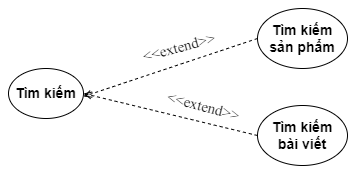
This is SODO/Usecase/tìm kiếm.png from khuevotan/TaiCamRanh_DATN, a draw.io export, as it was before one commit. Source tidied: cells renumbered, new cells last; positions are measured from the earlier drawing's top-left corner, leaving out a move shared by most shapes. Source of this version:
```xml
<mxGraphModel>
  <root>
    <mxCell id="0" />
    <mxCell id="1" parent="0" />
    <mxCell id="2" value="&lt;b&gt;Tìm kiếm &lt;br style=&quot;font-size: 14px;&quot;&gt;sản phẩm&lt;/b&gt;" style="ellipse;whiteSpace=wrap;html=1;fontSize=14;" parent="1" vertex="1">
      <mxGeometry x="249" width="90" height="60" as="geometry" />
    </mxCell>
    <mxCell id="3" value="&lt;b&gt;Tìm kiếm &lt;br style=&quot;font-size: 14px;&quot;&gt;bài viết&lt;/b&gt;" style="ellipse;whiteSpace=wrap;html=1;fontSize=14;" parent="1" vertex="1">
      <mxGeometry x="249" y="97" width="90" height="60" as="geometry" />
    </mxCell>
    <mxCell id="4" value="&lt;b&gt;Tìm kiếm&lt;/b&gt;" style="ellipse;whiteSpace=wrap;html=1;fontSize=14;" parent="1" vertex="1">
      <mxGeometry y="60" width="75" height="50" as="geometry" />
    </mxCell>
    <mxCell id="5" style="edgeStyle=none;html=1;endArrow=open;verticalAlign=bottom;dashed=1;labelBackgroundColor=none;rounded=0;fontSize=15;entryX=1;entryY=0.5;entryDx=0;entryDy=0;exitX=0;exitY=0.5;exitDx=0;exitDy=0;" parent="1" edge="1" source="2">
      <mxGeometry relative="1" as="geometry">
        <mxPoint x="75" y="88" as="targetPoint" />
      </mxGeometry>
    </mxCell>
    <mxCell id="6" style="edgeStyle=none;html=1;endArrow=open;verticalAlign=bottom;dashed=1;labelBackgroundColor=none;rounded=0;fontSize=15;entryX=1;entryY=0.5;entryDx=0;entryDy=0;exitX=0;exitY=0.5;exitDx=0;exitDy=0;" parent="1" edge="1" source="3" target="4">
      <mxGeometry relative="1" as="geometry" />
    </mxCell>
    <mxCell id="7" value="&lt;span style=&quot;color: rgb(0, 0, 0); font-family: &amp;quot;Times New Roman&amp;quot;; font-size: 15px; font-style: normal; font-variant-ligatures: normal; font-variant-caps: normal; font-weight: 400; letter-spacing: normal; orphans: 2; text-align: center; text-indent: 0px; text-transform: none; widows: 2; word-spacing: 0px; -webkit-text-stroke-width: 0px; background-color: rgb(255, 255, 255); text-decoration-thickness: initial; text-decoration-style: initial; text-decoration-color: initial; float: none; display: inline !important;&quot;&gt;&amp;lt;&amp;lt;extend&amp;gt;&amp;gt;&lt;/span&gt;" style="text;whiteSpace=wrap;html=1;rotation=15;fontSize=15;" parent="1" vertex="1">
      <mxGeometry x="157" y="80" width="61" height="30" as="geometry" />
    </mxCell>
    <mxCell id="8" value="&lt;span style=&quot;color: rgb(0, 0, 0); font-family: &amp;quot;Times New Roman&amp;quot;; font-size: 15px; font-style: normal; font-variant-ligatures: normal; font-variant-caps: normal; font-weight: 400; letter-spacing: normal; orphans: 2; text-align: center; text-indent: 0px; text-transform: none; widows: 2; word-spacing: 0px; -webkit-text-stroke-width: 0px; background-color: rgb(255, 255, 255); text-decoration-thickness: initial; text-decoration-style: initial; text-decoration-color: initial; float: none; display: inline !important;&quot;&gt;&amp;lt;&amp;lt;extend&amp;gt;&amp;gt;&lt;/span&gt;" style="text;whiteSpace=wrap;html=1;rotation=-15;" parent="1" vertex="1">
      <mxGeometry x="133" y="20" width="102" height="40" as="geometry" />
    </mxCell>
  </root>
</mxGraphModel>
```
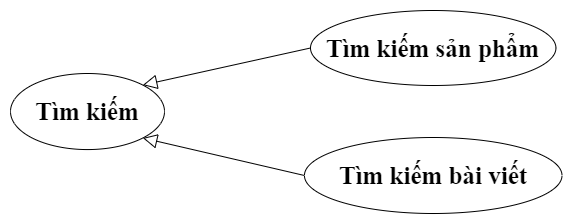
After the commit.

Change to the diagram source:
```diff
@@ -2,28 +2,20 @@
   <root>
     <mxCell id="0" />
     <mxCell id="1" parent="0" />
+    <mxCell id="9" style="edgeStyle=none;html=1;endArrow=block;endFill=0;endSize=12;verticalAlign=bottom;rounded=0;fontStyle=1;fontSize=15;entryX=1;entryY=0;entryDx=0;entryDy=0;exitX=0;exitY=0.5;exitDx=0;exitDy=0;" parent="1" edge="1" source="2" target="4">
+      <mxGeometry relative="1" as="geometry" />
+    </mxCell>
+    <mxCell id="6" style="edgeStyle=none;html=1;endArrow=block;endFill=0;endSize=12;verticalAlign=bottom;rounded=0;fontStyle=1;fontSize=15;exitX=0;exitY=0.5;exitDx=0;exitDy=0;entryX=1;entryY=1;entryDx=0;entryDy=0;" parent="1" edge="1" source="3" target="4">
+      <mxGeometry relative="1" as="geometry" />
+    </mxCell>
-    <mxCell id="2" value="&lt;b&gt;Tìm kiếm &lt;br style=&quot;font-size: 14px;&quot;&gt;sản phẩm&lt;/b&gt;" style="ellipse;whiteSpace=wrap;html=1;fontSize=14;" parent="1" vertex="1">
-      <mxGeometry x="249" width="90" height="60" as="geometry" />
+    <mxCell id="2" value="&lt;b&gt;Tìm kiếm sản phẩm&lt;/b&gt;" style="ellipse;whiteSpace=wrap;html=1;fontSize=25;fontFamily=Times New Roman;" parent="1" vertex="1">
+      <mxGeometry x="193" y="-401" width="245.4" height="75" as="geometry" />
     </mxCell>
+    <mxCell id="4" value="Tìm kiếm" style="ellipse;whiteSpace=wrap;html=1;fontSize=25;fontFamily=Times New Roman;fontStyle=1;" parent="1" vertex="1">
+      <mxGeometry x="-107" y="-338" width="154" height="76.1" as="geometry" />
+    </mxCell>
-    <mxCell id="3" value="&lt;b&gt;Tìm kiếm &lt;br style=&quot;font-size: 14px;&quot;&gt;bài viết&lt;/b&gt;" style="ellipse;whiteSpace=wrap;html=1;fontSize=14;" parent="1" vertex="1">
-      <mxGeometry x="249" y="97" width="90" height="60" as="geometry" />
+    <mxCell id="3" value="&lt;b&gt;Tìm kiếm bài viết&lt;/b&gt;" style="ellipse;whiteSpace=wrap;html=1;fontSize=25;fontFamily=Times New Roman;" parent="1" vertex="1">
+      <mxGeometry x="186.9" y="-274" width="257.6" height="76" as="geometry" />
     </mxCell>
-    <mxCell id="4" value="&lt;b&gt;Tìm kiếm&lt;/b&gt;" style="ellipse;whiteSpace=wrap;html=1;fontSize=14;" parent="1" vertex="1">
-      <mxGeometry y="60" width="75" height="50" as="geometry" />
-    </mxCell>
-    <mxCell id="5" style="edgeStyle=none;html=1;endArrow=open;verticalAlign=bottom;dashed=1;labelBackgroundColor=none;rounded=0;fontSize=15;entryX=1;entryY=0.5;entryDx=0;entryDy=0;exitX=0;exitY=0.5;exitDx=0;exitDy=0;" parent="1" edge="1" source="2">
-      <mxGeometry relative="1" as="geometry">
-        <mxPoint x="75" y="88" as="targetPoint" />
-      </mxGeometry>
-    </mxCell>
-    <mxCell id="6" style="edgeStyle=none;html=1;endArrow=open;verticalAlign=bottom;dashed=1;labelBackgroundColor=none;rounded=0;fontSize=15;entryX=1;entryY=0.5;entryDx=0;entryDy=0;exitX=0;exitY=0.5;exitDx=0;exitDy=0;" parent="1" edge="1" source="3" target="4">
-      <mxGeometry relative="1" as="geometry" />
-    </mxCell>
-    <mxCell id="7" value="&lt;span style=&quot;color: rgb(0, 0, 0); font-family: &amp;quot;Times New Roman&amp;quot;; font-size: 15px; font-style: normal; font-variant-ligatures: normal; font-variant-caps: normal; font-weight: 400; letter-spacing: normal; orphans: 2; text-align: center; text-indent: 0px; text-transform: none; widows: 2; word-spacing: 0px; -webkit-text-stroke-width: 0px; background-color: rgb(255, 255, 255); text-decoration-thickness: initial; text-decoration-style: initial; text-decoration-color: initial; float: none; display: inline !important;&quot;&gt;&amp;lt;&amp;lt;extend&amp;gt;&amp;gt;&lt;/span&gt;" style="text;whiteSpace=wrap;html=1;rotation=15;fontSize=15;" parent="1" vertex="1">
-      <mxGeometry x="157" y="80" width="61" height="30" as="geometry" />
-    </mxCell>
-    <mxCell id="8" value="&lt;span style=&quot;color: rgb(0, 0, 0); font-family: &amp;quot;Times New Roman&amp;quot;; font-size: 15px; font-style: normal; font-variant-ligatures: normal; font-variant-caps: normal; font-weight: 400; letter-spacing: normal; orphans: 2; text-align: center; text-indent: 0px; text-transform: none; widows: 2; word-spacing: 0px; -webkit-text-stroke-width: 0px; background-color: rgb(255, 255, 255); text-decoration-thickness: initial; text-decoration-style: initial; text-decoration-color: initial; float: none; display: inline !important;&quot;&gt;&amp;lt;&amp;lt;extend&amp;gt;&amp;gt;&lt;/span&gt;" style="text;whiteSpace=wrap;html=1;rotation=-15;" parent="1" vertex="1">
-      <mxGeometry x="133" y="20" width="102" height="40" as="geometry" />
-    </mxCell>
   </root>
 </mxGraphModel>
```
